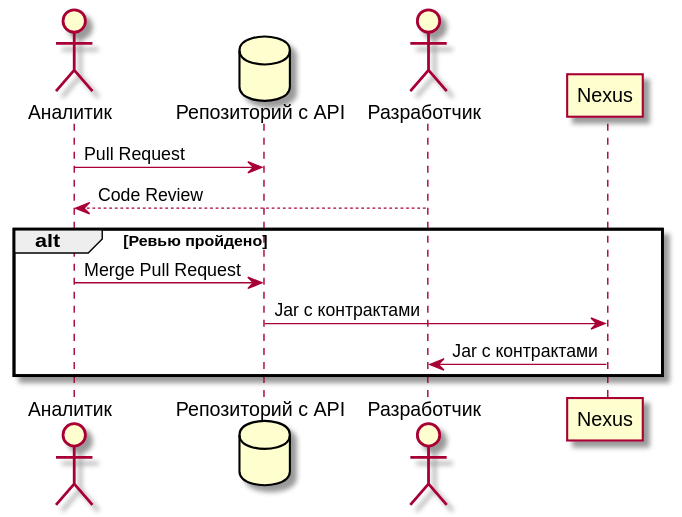
l3r8yJ/api-first-presentation keeps this PlantUML diagram as doc/api-first-approach.svg. Above is the earlier version.
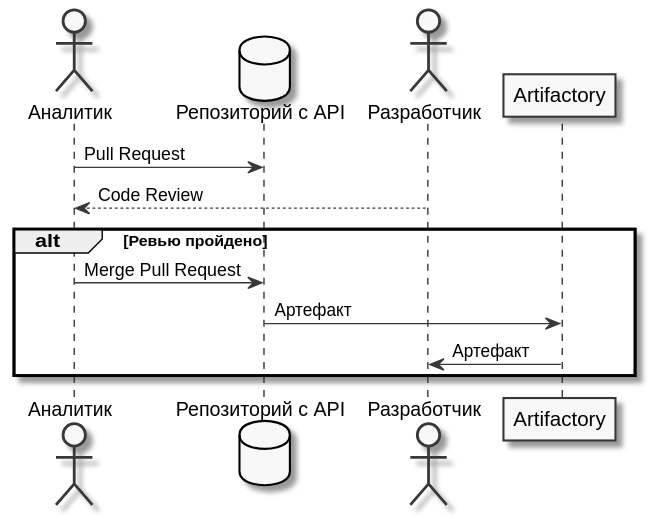
The same diagram one commit later.

Commit message:
Diagram generated

What changed in the source:
```diff
@@ -1,19 +1,15 @@
 @startuml
-skinparam fontClassColor white
-skinparam component {
-  FontColor white
-}
-
+skinparam monochrome true
 actor Аналитик as analyst
 database "Репозиторий с API" as repo
 actor Разработчик as dev
-participant Nexus as nexus
+participant Artifactory as nexus
 
 analyst -> repo: Pull Request
 dev --> analyst: Code Review
 alt Ревью пройдено
 analyst -> repo: Merge Pull Request
-repo -> nexus: Jar с контрактами
-nexus -> dev: Jar с контрактами
+repo -> nexus: Артефакт
+nexus -> dev: Артефакт
 end
 @enduml
```
